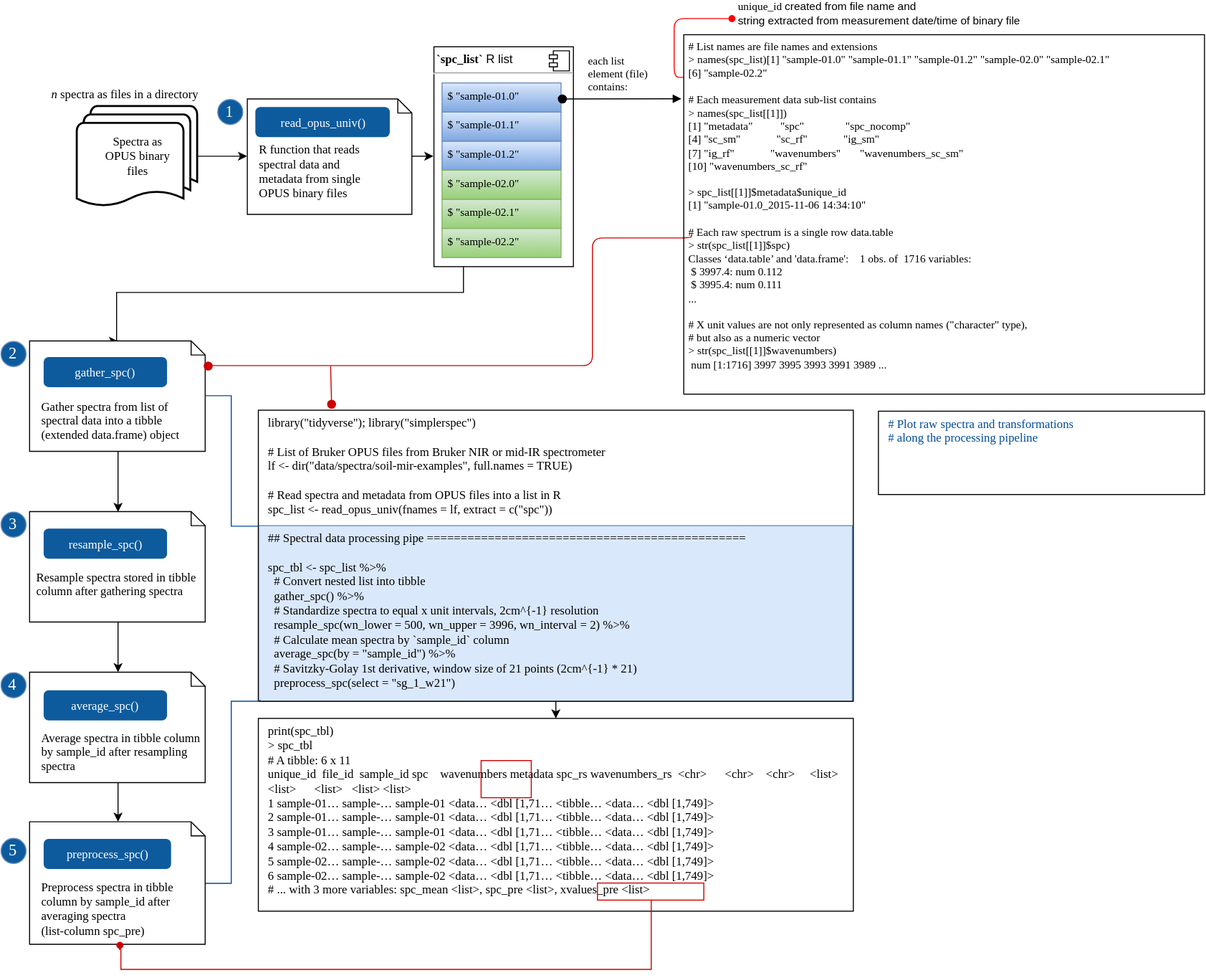
Earlier version of the draw.io export simplerspec-read-proc-tibble.svg (philipp-baumann/spectro-platform-graphs). Source tidied: cells renumbered, new cells last; positions are measured from the earlier drawing's top-left corner, leaving out a move shared by most shapes.
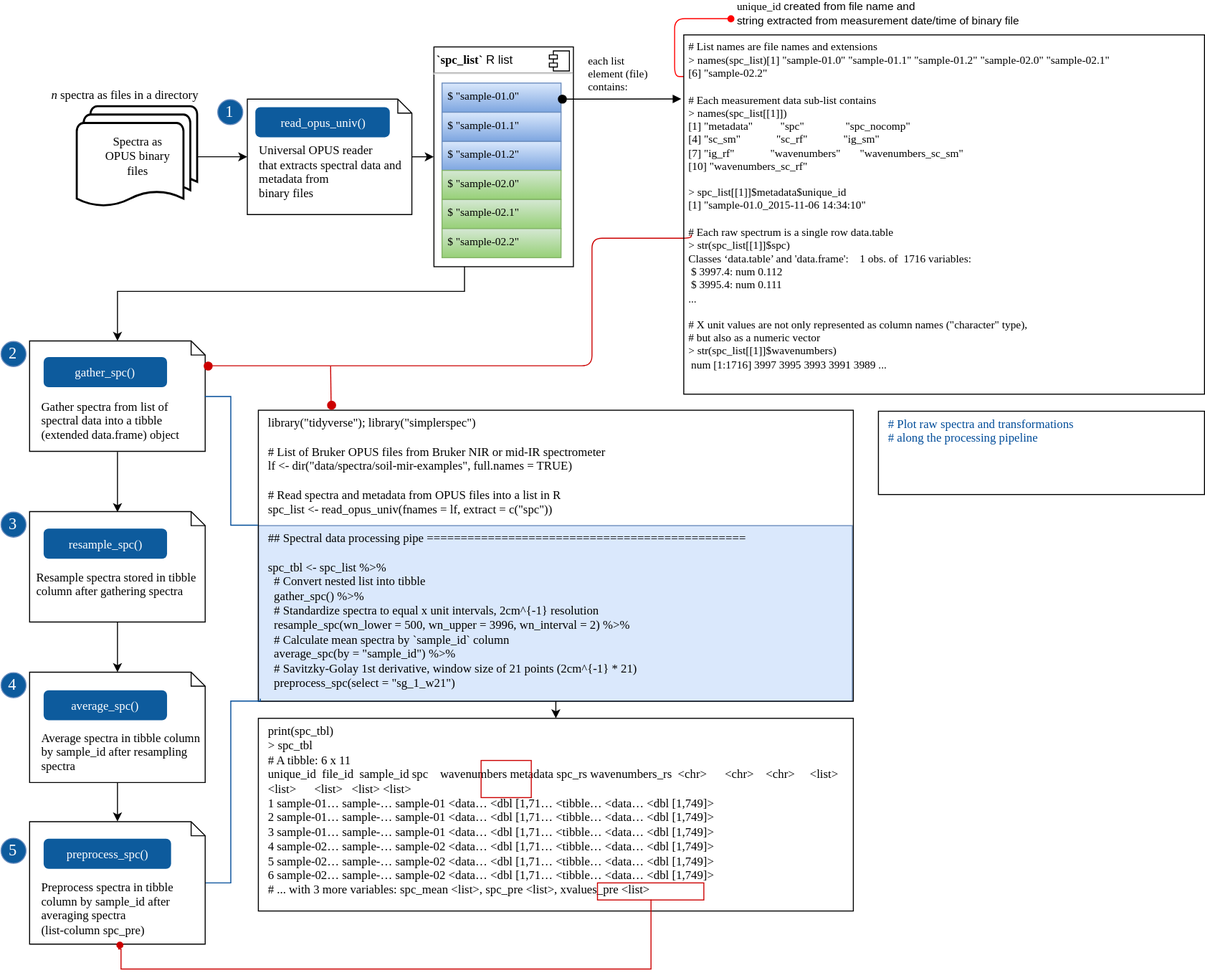
After the change.

Commit message:
Rephrase text `opus_univ_reader`

What changed in the source:
```diff
@@ -55,7 +55,7 @@
         <mxPoint x="330" y="399" as="targetPoint" />
       </mxGeometry>
     </mxCell>
-    <mxCell id="18" value="&lt;font face=&quot;Fira Sans&quot;&gt;&lt;br&gt;&lt;br&gt;&lt;br&gt;R function that reads&lt;br&gt;spectral data and&lt;br&gt;metadata from single&lt;br&gt;OPUS binary files&lt;br&gt;&lt;/font&gt;" style="shape=note;whiteSpace=wrap;html=1;size=14;verticalAlign=top;align=left;spacingTop=-6;perimeterSpacing=0;spacingLeft=10;" parent="1" vertex="1">
+    <mxCell id="18" value="&lt;font face=&quot;Fira Sans&quot;&gt;&lt;br&gt;&lt;br&gt;&lt;br&gt;&lt;/font&gt;&lt;div&gt;&lt;font face=&quot;Fira Sans&quot;&gt;Universal &lt;/font&gt;&lt;font face=&quot;Fira Sans&quot;&gt;&lt;font face=&quot;Fira Sans&quot;&gt;OPUS reader &lt;br&gt;&lt;/font&gt;&lt;/font&gt;&lt;/div&gt;&lt;div&gt;&lt;font face=&quot;Fira Sans&quot;&gt;&lt;font face=&quot;Fira Sans&quot;&gt;that extracts&lt;/font&gt;&lt;/font&gt;&lt;font face=&quot;Fira Sans&quot;&gt; spectral data and&lt;/font&gt;&lt;font face=&quot;Fira Sans&quot;&gt; metadata from &lt;br&gt;binary files&lt;/font&gt;&lt;br&gt;&lt;/div&gt;&lt;font face=&quot;Fira Sans&quot;&gt;&lt;br&gt;&lt;/font&gt;" style="shape=note;whiteSpace=wrap;html=1;size=14;verticalAlign=top;align=left;spacingTop=-6;perimeterSpacing=0;spacingLeft=10;" parent="1" vertex="1">
       <mxGeometry x="246" y="95" width="164" height="115" as="geometry" />
     </mxCell>
     <mxCell id="19" value="&lt;div align=&quot;left&quot;&gt;&lt;font face=&quot;Fira Sans&quot;&gt;each list &lt;br&gt;element (file)&lt;br&gt;contains:&lt;br&gt;&lt;/font&gt;&lt;/div&gt;" style="html=1;verticalAlign=bottom;startArrow=oval;startFill=1;endArrow=block;startSize=8;entryX=-0.003;entryY=0.216;entryPerimeter=0;align=center;" parent="1" edge="1">
```
